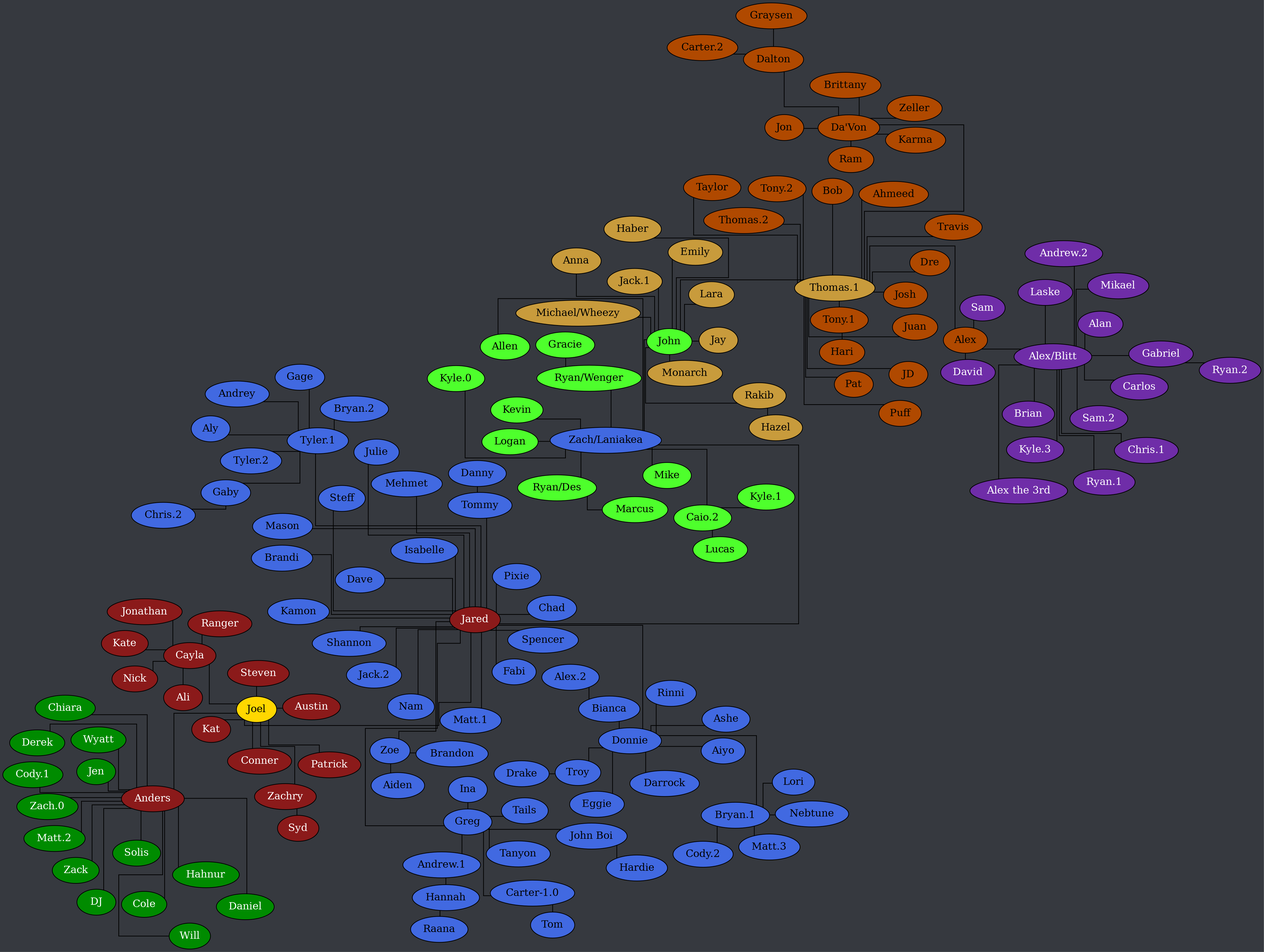
Above: tree.png in Documidas/CoronaCatzFamilyTree (Graphviz), before the change. Its source is kept beside it as tree.dot.
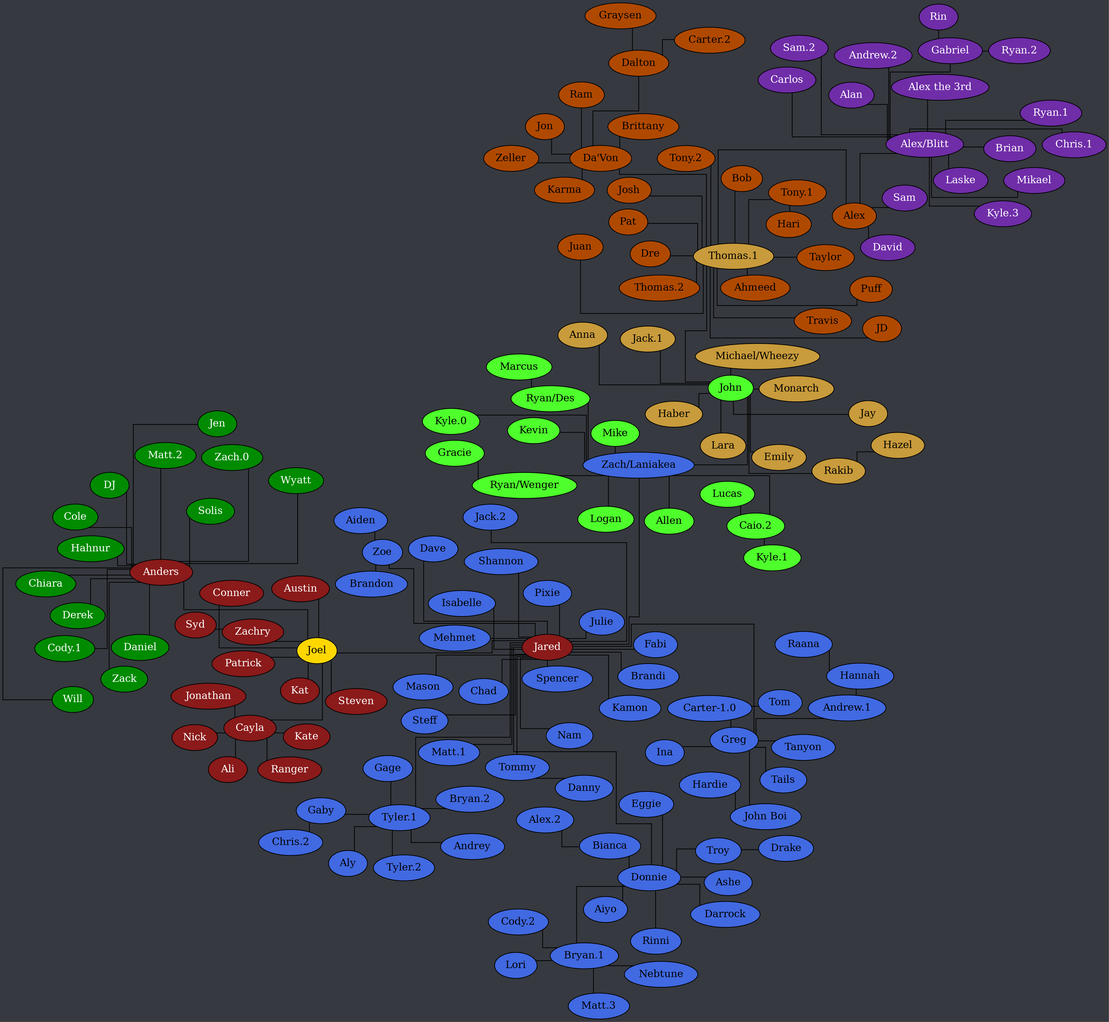
After the change.

Change to the diagram source:
```diff
@@ -198,6 +198,7 @@
 		"Alex/Blitt" -- Mikael;
 		"Alex/Blitt" -- "Ryan.1";
 		"Alex/Blitt" -- "Sam.2";
+		Gabriel -- Rin;
 		Gabriel -- "Ryan.2";
 	}
 }
```
